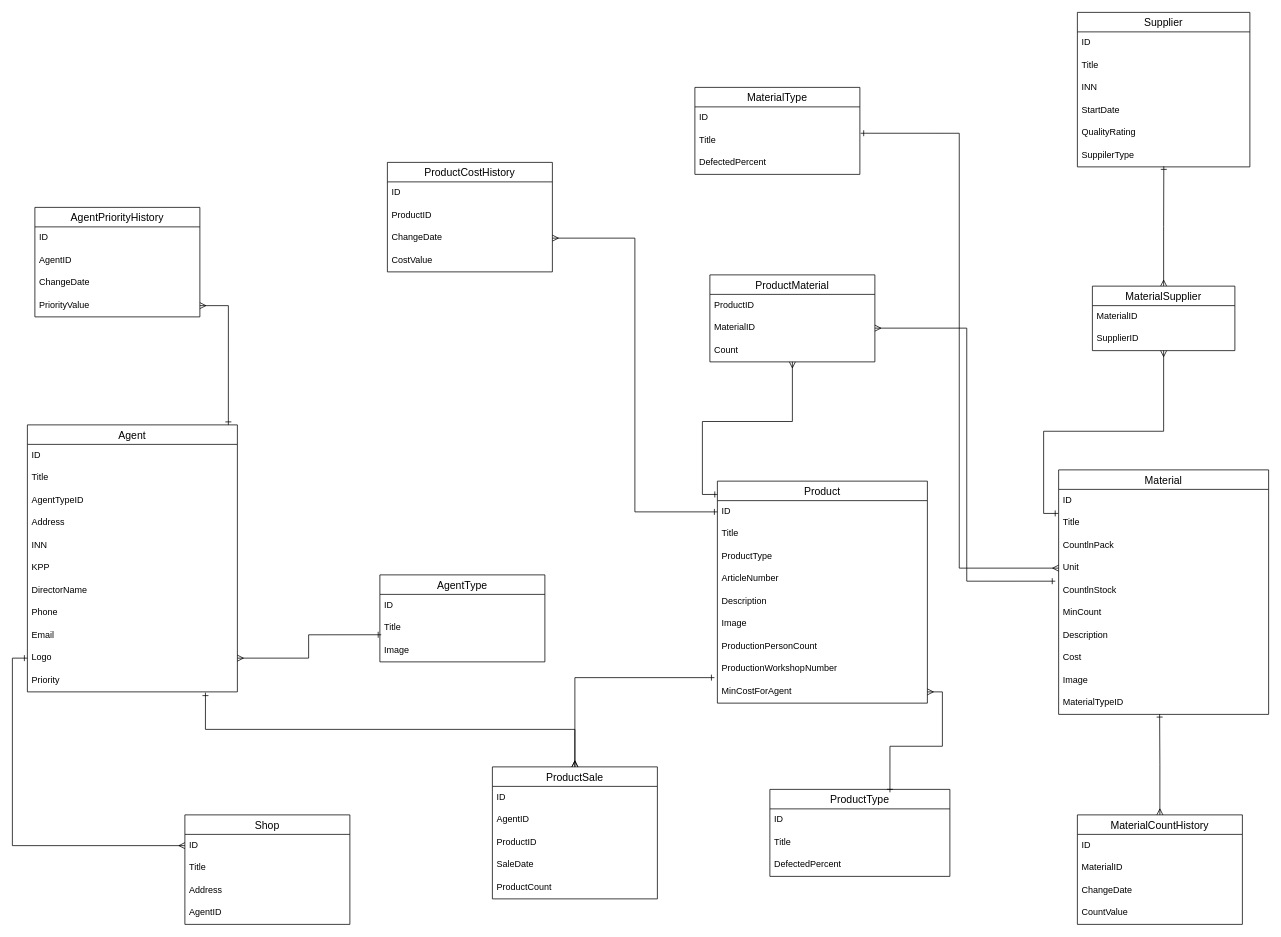
IcRipperr/ERD keeps this draw.io diagram as ERD.drawio. Above is the earlier version. Source tidied: cells renumbered, new cells numbered last; positions are measured from the earlier drawing's top-left corner, leaving out a move shared by most shapes. Both pictures are drawn from the tidied source at 75%, with x=0, y=0 at pixel (27, 12).
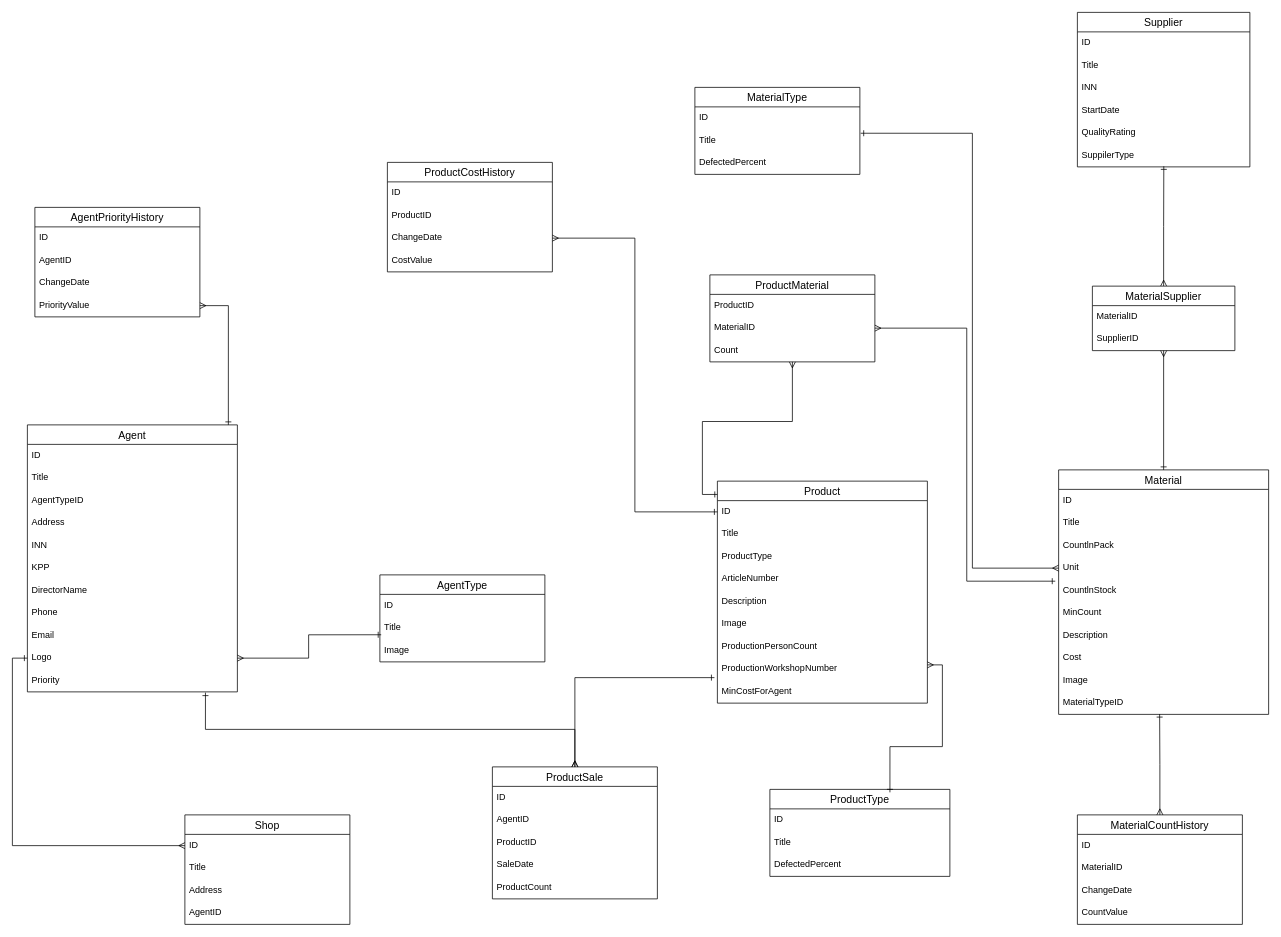
After the change.

Unchanged cells that the change refers to:
```xml
<mxCell id="4" value="Title" style="text;strokeColor=none;fillColor=none;spacingLeft=4;spacingRight=4;overflow=hidden;points=[[0,0.5],[1,0.5]];portConstraint=eastwest;fontSize=12;" parent="2" vertex="1">
  <mxGeometry y="56" width="220" height="30" as="geometry" />
</mxCell>
<mxCell id="15" value="MaterialSupplier" style="swimlane;fontStyle=0;horizontal=1;startSize=26;align=center;fontSize=14;" parent="1" vertex="1">
  <mxGeometry x="1420" y="365" width="190" height="86" as="geometry" />
</mxCell>
<mxCell id="18" value="Material" style="swimlane;fontStyle=0;horizontal=1;startSize=26;align=center;fontSize=14;" parent="1" vertex="1">
  <mxGeometry x="1375" y="610" width="280" height="326" as="geometry" />
</mxCell>
<mxCell id="20" value="Title" style="text;strokeColor=none;fillColor=none;spacingLeft=4;spacingRight=4;overflow=hidden;points=[[0,0.5],[1,0.5]];portConstraint=eastwest;fontSize=12;" parent="18" vertex="1">
  <mxGeometry y="56" width="280" height="30" as="geometry" />
</mxCell>
<mxCell id="22" value="Unit" style="text;strokeColor=none;fillColor=none;spacingLeft=4;spacingRight=4;overflow=hidden;points=[[0,0.5],[1,0.5]];portConstraint=eastwest;fontSize=12;" parent="18" vertex="1">
  <mxGeometry y="116" width="280" height="30" as="geometry" />
</mxCell>
<mxCell id="35" value="ProductType" style="swimlane;fontStyle=0;horizontal=1;startSize=26;align=center;fontSize=14;" parent="1" vertex="1">
  <mxGeometry x="990" y="1036" width="240" height="116" as="geometry" />
</mxCell>
<mxCell id="53" value="MinCostForAgent" style="text;strokeColor=none;fillColor=none;spacingLeft=4;spacingRight=4;overflow=hidden;points=[[0,0.5],[1,0.5]];portConstraint=eastwest;fontSize=12;" parent="44" vertex="1">
  <mxGeometry y="266" width="280" height="30" as="geometry" />
</mxCell>
```

Change to the diagram source:
```diff
@@
-    <mxCell id="14" style="edgeStyle=orthogonalEdgeStyle;rounded=0;jettySize=auto;html=1;entryX=-0.002;entryY=0.069;entryDx=0;entryDy=0;entryPerimeter=0;startArrow=ERmany;startFill=0;endArrow=ERone;endFill=0;" parent="1" edge="1" source="15" target="20">
+    <mxCell id="14" style="edgeStyle=orthogonalEdgeStyle;rounded=0;jettySize=auto;html=1;entryX=0.5;entryY=0;entryDx=0;entryDy=0;startArrow=ERmany;startFill=0;endArrow=ERone;endFill=0;" parent="1" edge="1" source="15" target="18">
       <mxGeometry relative="1" as="geometry" />
     </mxCell>
@@
-    <mxCell id="95" style="edgeStyle=orthogonalEdgeStyle;rounded=0;jettySize=auto;html=1;entryX=0.667;entryY=0.034;entryDx=0;entryDy=0;entryPerimeter=0;startArrow=ERmany;startFill=0;endArrow=ERone;endFill=0;" parent="1" edge="1" source="53" target="35">
-      <mxGeometry relative="1" as="geometry" />
+    <mxCell id="95" style="edgeStyle=orthogonalEdgeStyle;rounded=0;jettySize=auto;html=1;entryX=0.667;entryY=0.034;entryDx=0;entryDy=0;entryPerimeter=0;startArrow=ERmany;startFill=0;endArrow=ERone;endFill=0;" parent="1" edge="1" target="35">
+      <mxGeometry relative="1" as="geometry">
+        <mxPoint x="1200" y="870" as="sourcePoint" />
+        <Array as="points">
+          <mxPoint x="1220" y="870" />
+          <mxPoint x="1220" y="979" />
+          <mxPoint x="1150" y="979" />
+        </Array>
+      </mxGeometry>
     </mxCell>
@@
     <mxCell id="98" style="edgeStyle=orthogonalEdgeStyle;rounded=0;jettySize=auto;html=1;entryX=1.005;entryY=0.172;entryDx=0;entryDy=0;entryPerimeter=0;startArrow=ERmany;startFill=0;endArrow=ERone;endFill=0;" parent="1" edge="1" source="22" target="4">
-      <mxGeometry relative="1" as="geometry" />
+      <mxGeometry relative="1" as="geometry">
+        <Array as="points">
+          <mxPoint x="1260" y="741" />
+          <mxPoint x="1260" y="161" />
+        </Array>
+      </mxGeometry>
     </mxCell>
```
